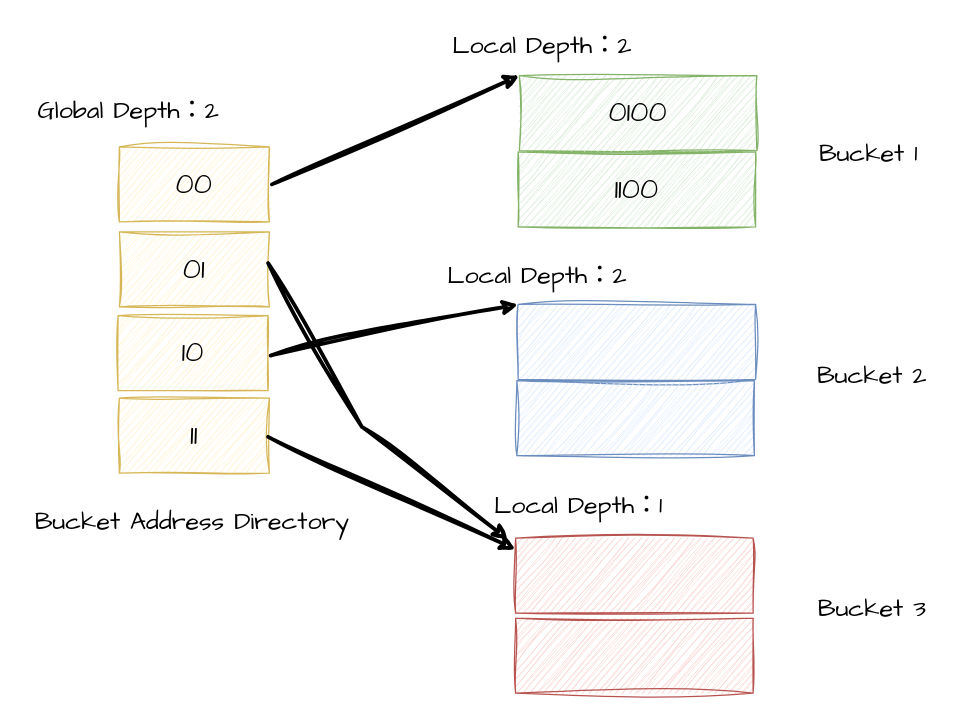
The draw.io diagram blog.drawio in juruo-c/DrawIo, before the edit. Source tidied: cells renumbered, new cells numbered last; positions are measured from the earlier drawing's top-left corner, leaving out a move shared by most shapes. Both pictures are drawn from the tidied source at 125%, with x=0, y=0 at pixel (21, 21).
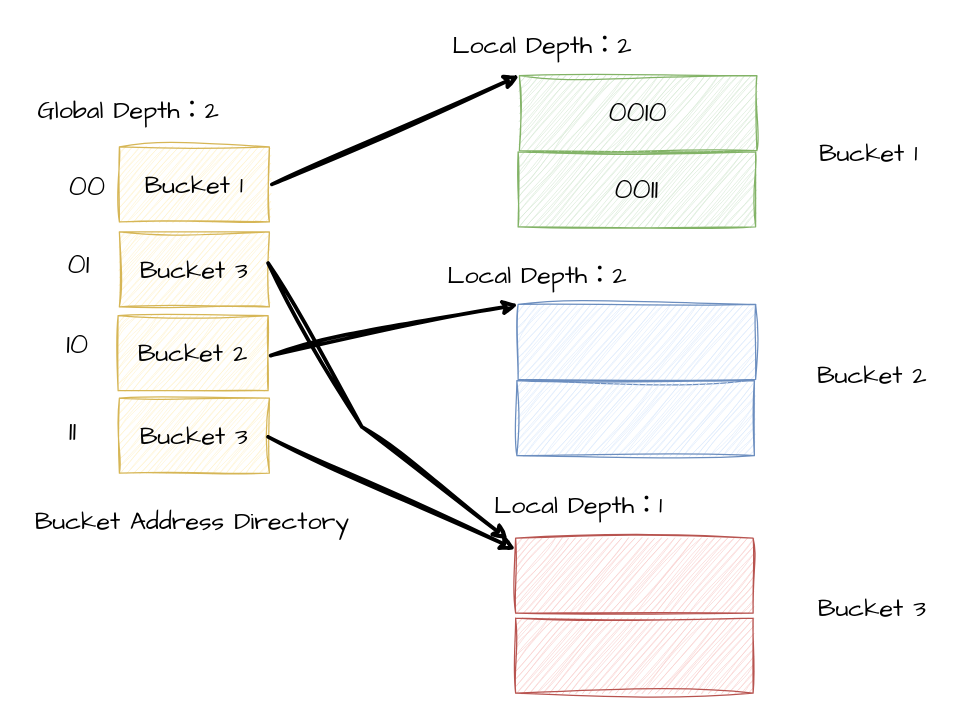
After the change.

Change to the diagram source:
```diff
@@
-    <mxCell id="2" value="&lt;font style=&quot;font-size: 23px;&quot;&gt;00&lt;/font&gt;" style="rounded=0;whiteSpace=wrap;html=1;sketch=1;curveFitting=1;jiggle=2;fontFamily=Comic Sans MS;fillColor=#fff2cc;strokeColor=#d6b656;" parent="1" vertex="1">
+    <mxCell id="2" value="Bucket 1" style="rounded=0;whiteSpace=wrap;html=1;sketch=1;curveFitting=1;jiggle=2;fontFamily=Comic Sans MS;fillColor=#fff2cc;strokeColor=#d6b656;fontSize=20;" parent="1" vertex="1">
       <mxGeometry x="78" y="100" width="120" height="60" as="geometry" />
     </mxCell>
-    <mxCell id="3" value="&lt;font style=&quot;font-size: 23px;&quot;&gt;01&lt;/font&gt;" style="rounded=0;whiteSpace=wrap;html=1;sketch=1;curveFitting=1;jiggle=2;fontFamily=Comic Sans MS;fillColor=#fff2cc;strokeColor=#d6b656;" parent="1" vertex="1">
+    <mxCell id="3" value="Bucket 3" style="rounded=0;whiteSpace=wrap;html=1;sketch=1;curveFitting=1;jiggle=2;fontFamily=Comic Sans MS;fillColor=#fff2cc;strokeColor=#d6b656;fontSize=20;" parent="1" vertex="1">
       <mxGeometry x="78" y="168" width="120" height="60" as="geometry" />
     </mxCell>
-    <mxCell id="4" value="&lt;font&gt;&lt;span style=&quot;font-size: 23px;&quot;&gt;10&lt;/span&gt;&lt;/font&gt;" style="rounded=0;whiteSpace=wrap;html=1;sketch=1;curveFitting=1;jiggle=2;fontFamily=Comic Sans MS;fillColor=#fff2cc;strokeColor=#d6b656;" parent="1" vertex="1">
+    <mxCell id="4" value="Bucket 2" style="rounded=0;whiteSpace=wrap;html=1;sketch=1;curveFitting=1;jiggle=2;fontFamily=Comic Sans MS;fillColor=#fff2cc;strokeColor=#d6b656;fontSize=20;" parent="1" vertex="1">
       <mxGeometry x="77" y="235" width="120" height="60" as="geometry" />
     </mxCell>
-    <mxCell id="5" value="&lt;font&gt;&lt;span style=&quot;font-size: 23px;&quot;&gt;11&lt;/span&gt;&lt;/font&gt;" style="rounded=0;whiteSpace=wrap;html=1;sketch=1;curveFitting=1;jiggle=2;fontFamily=Comic Sans MS;fillColor=#fff2cc;strokeColor=#d6b656;" parent="1" vertex="1">
+    <mxCell id="5" value="Bucket 3" style="rounded=0;whiteSpace=wrap;html=1;sketch=1;curveFitting=1;jiggle=2;fontFamily=Comic Sans MS;fillColor=#fff2cc;strokeColor=#d6b656;fontSize=20;" parent="1" vertex="1">
       <mxGeometry x="78" y="301" width="120" height="60" as="geometry" />
     </mxCell>
-    <mxCell id="6" value="&lt;font&gt;&lt;span style=&quot;font-size: 23px;&quot;&gt;0100&lt;/span&gt;&lt;/font&gt;" style="rounded=0;whiteSpace=wrap;html=1;sketch=1;curveFitting=1;jiggle=2;fontFamily=Comic Sans MS;fillColor=#d5e8d4;strokeColor=#82b366;" parent="1" vertex="1">
+    <mxCell id="6" value="&lt;font&gt;&lt;span style=&quot;font-size: 23px;&quot;&gt;0010&lt;/span&gt;&lt;/font&gt;" style="rounded=0;whiteSpace=wrap;html=1;sketch=1;curveFitting=1;jiggle=2;fontFamily=Comic Sans MS;fillColor=#d5e8d4;strokeColor=#82b366;" parent="1" vertex="1">
       <mxGeometry x="398" y="43" width="190" height="60" as="geometry" />
     </mxCell>
@@
-    <mxCell id="8" value="&lt;font&gt;&lt;span style=&quot;font-size: 23px;&quot;&gt;1100&lt;/span&gt;&lt;/font&gt;" style="rounded=0;whiteSpace=wrap;html=1;sketch=1;curveFitting=1;jiggle=2;fontFamily=Comic Sans MS;fillColor=#d5e8d4;strokeColor=#82b366;" parent="1" vertex="1">
+    <mxCell id="8" value="&lt;font&gt;&lt;span style=&quot;font-size: 23px;&quot;&gt;0011&lt;/span&gt;&lt;/font&gt;" style="rounded=0;whiteSpace=wrap;html=1;sketch=1;curveFitting=1;jiggle=2;fontFamily=Comic Sans MS;fillColor=#d5e8d4;strokeColor=#82b366;" parent="1" vertex="1">
       <mxGeometry x="397" y="104" width="190" height="60" as="geometry" />
     </mxCell>
@@
+    <mxCell id="24" value="&lt;span style=&quot;color: rgb(0, 0, 0); font-family: &amp;quot;Comic Sans MS&amp;quot;; font-size: 23px; font-style: normal; font-variant-ligatures: normal; font-variant-caps: normal; font-weight: 400; letter-spacing: normal; orphans: 2; text-align: center; text-indent: 0px; text-transform: none; widows: 2; word-spacing: 0px; -webkit-text-stroke-width: 0px; background-color: rgb(255, 255, 255); text-decoration-thickness: initial; text-decoration-style: initial; text-decoration-color: initial; float: none; display: inline !important;&quot;&gt;00&lt;/span&gt;" style="text;whiteSpace=wrap;html=1;" parent="1" vertex="1">
+      <mxGeometry x="36" y="112" width="56" height="50" as="geometry" />
+    </mxCell>
+    <mxCell id="25" value="&lt;span style=&quot;color: rgb(0, 0, 0); font-family: &amp;quot;Comic Sans MS&amp;quot;; font-size: 23px; font-style: normal; font-variant-ligatures: normal; font-variant-caps: normal; font-weight: 400; letter-spacing: normal; orphans: 2; text-align: center; text-indent: 0px; text-transform: none; widows: 2; word-spacing: 0px; -webkit-text-stroke-width: 0px; background-color: rgb(255, 255, 255); text-decoration-thickness: initial; text-decoration-style: initial; text-decoration-color: initial; float: none; display: inline !important;&quot;&gt;01&lt;/span&gt;" style="text;whiteSpace=wrap;html=1;" parent="1" vertex="1">
+      <mxGeometry x="35" y="174" width="52" height="50" as="geometry" />
+    </mxCell>
+    <mxCell id="26" value="&lt;span style=&quot;color: rgb(0, 0, 0); font-family: &amp;quot;Comic Sans MS&amp;quot;; font-size: 23px; font-style: normal; font-variant-ligatures: normal; font-variant-caps: normal; font-weight: 400; letter-spacing: normal; orphans: 2; text-align: center; text-indent: 0px; text-transform: none; widows: 2; word-spacing: 0px; -webkit-text-stroke-width: 0px; background-color: rgb(255, 255, 255); text-decoration-thickness: initial; text-decoration-style: initial; text-decoration-color: initial; float: none; display: inline !important;&quot;&gt;10&lt;/span&gt;" style="text;whiteSpace=wrap;html=1;" parent="1" vertex="1">
+      <mxGeometry x="34" y="238" width="52" height="50" as="geometry" />
+    </mxCell>
+    <mxCell id="27" value="&lt;span style=&quot;color: rgb(0, 0, 0); font-family: &amp;quot;Comic Sans MS&amp;quot;; font-size: 23px; font-style: normal; font-variant-ligatures: normal; font-variant-caps: normal; font-weight: 400; letter-spacing: normal; orphans: 2; text-align: center; text-indent: 0px; text-transform: none; widows: 2; word-spacing: 0px; -webkit-text-stroke-width: 0px; background-color: rgb(255, 255, 255); text-decoration-thickness: initial; text-decoration-style: initial; text-decoration-color: initial; float: none; display: inline !important;&quot;&gt;11&lt;/span&gt;" style="text;whiteSpace=wrap;html=1;" parent="1" vertex="1">
+      <mxGeometry x="36" y="308" width="49" height="50" as="geometry" />
+    </mxCell>
```
